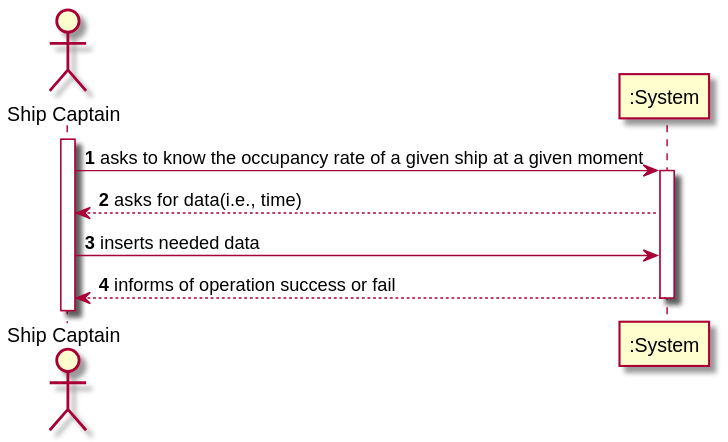
Earlier version of the PlantUML export docs/US209/US_209_SSD.svg (ana-albergaria/LAPR3-ISEP).
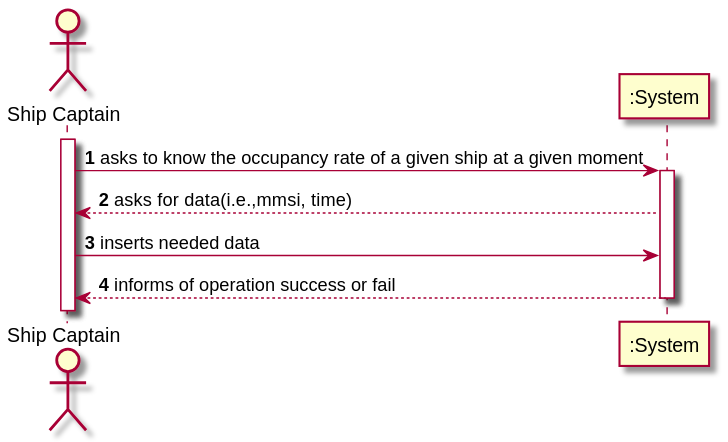
After the change.

Commit message:
G54-94 G54-99 #time 12m #comment Started US208 and US209 SD.

Change to the diagram source:
```diff
@@ -6,7 +6,7 @@
 activate SC
 SC-> ":System" : asks to know the occupancy rate of a given ship at a given moment
 activate ":System"
-":System" --> SC : asks for data(i.e., time)
+":System" --> SC : asks for data(i.e.,mmsi, time)
 SC-> ":System" : inserts needed data
 ":System" --> SC : informs of operation success or fail
 
```
